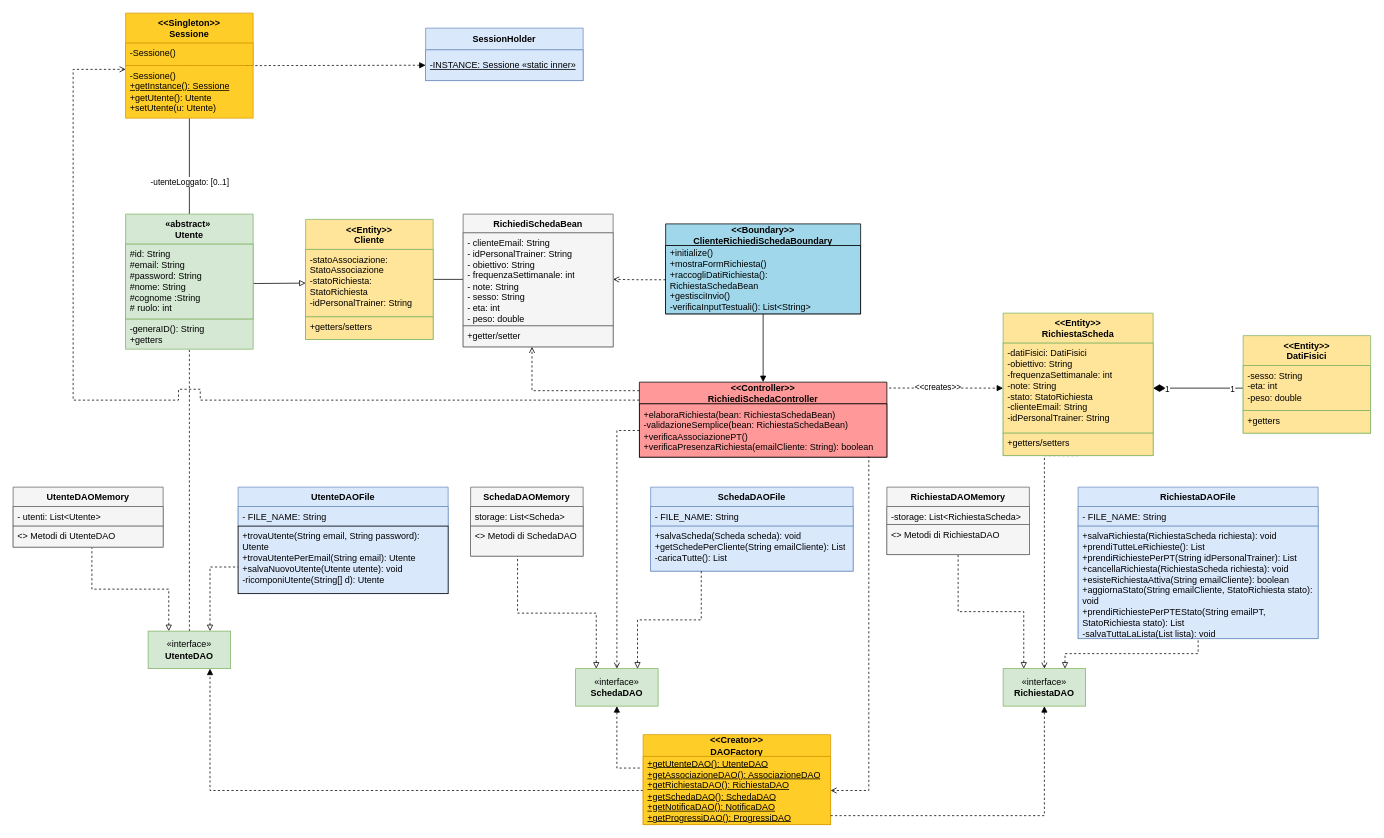
Before: Design Level/DesignLevelDiagram.drawio in FedericoSib/FitPlan, a draw.io diagram. Source tidied: cells renumbered, new cells numbered last; positions are measured from the earlier drawing's top-left corner, leaving out a move shared by most shapes. Both pictures are drawn from the tidied source at 75%, with x=0, y=0 at pixel (13, 13).
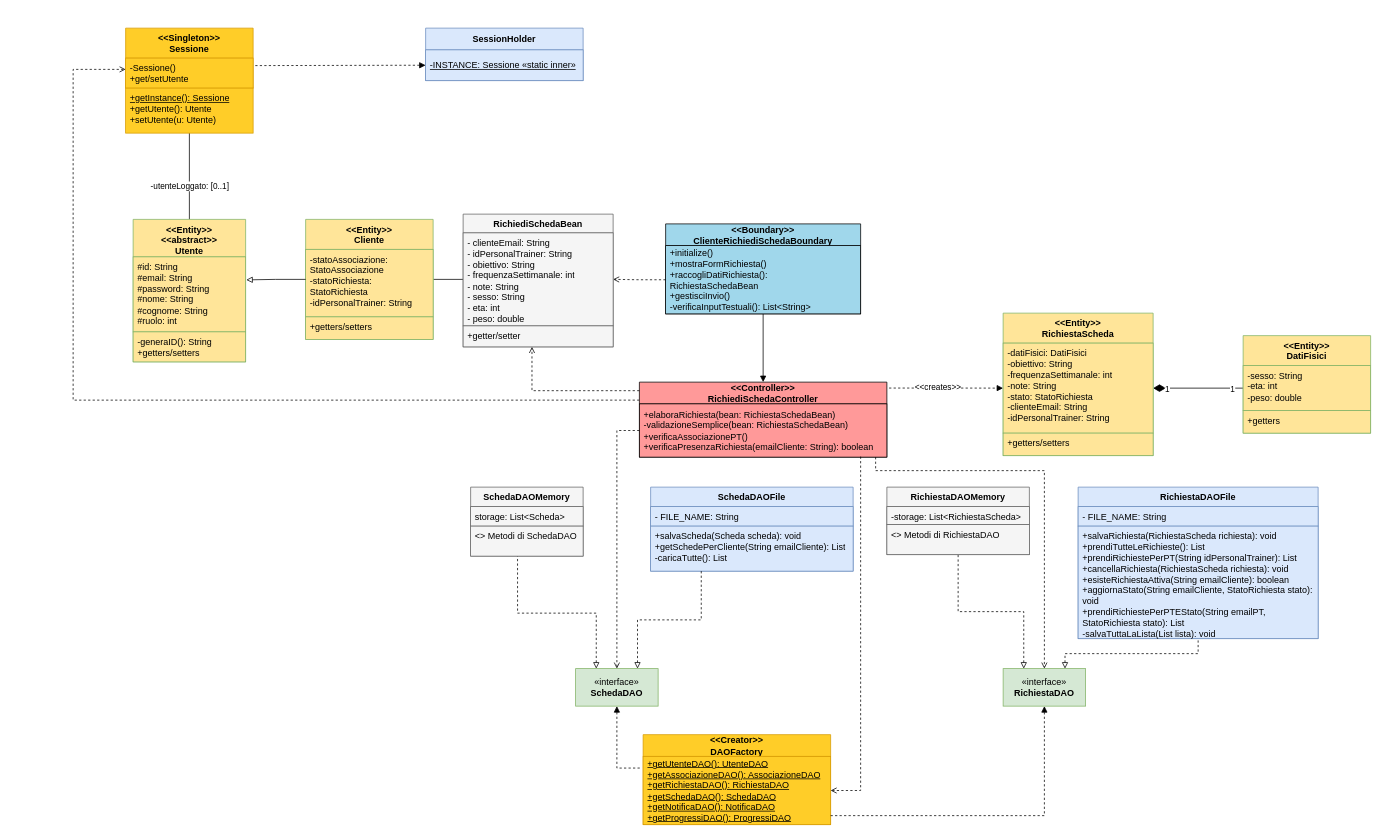
The same page after the edit.

Unchanged cells that the change refers to:
```xml
<mxCell id="4" value="&lt;div align=&quot;left&quot;&gt;&lt;u&gt;+getUtenteDAO(): UtenteDAO&lt;br&gt;    +getAssociazioneDAO(): AssociazioneDAO&lt;br&gt;    +getRichiestaDAO(): RichiestaDAO&lt;br&gt;    +getSchedaDAO(): SchedaDAO&lt;/u&gt;&lt;/div&gt;&lt;div align=&quot;left&quot;&gt;&lt;u&gt;+getNotificaDAO(): NotificaDAO&lt;/u&gt;&lt;/div&gt;&lt;div align=&quot;left&quot;&gt;&lt;u&gt;+getProgressiDAO(): ProgressiDAO&lt;/u&gt;&lt;/div&gt;" style="text;html=1;strokeColor=#d79b00;fillColor=#ffcd28;align=left;verticalAlign=middle;spacingLeft=4;spacingRight=4;overflow=hidden;points=[[0,0.5],[1,0.5]];portConstraint=eastwest;whiteSpace=wrap;gradientColor=none;" parent="3" vertex="1">
  <mxGeometry y="29" width="250" height="91" as="geometry" />
</mxCell>
<mxCell id="8" value="«interface»&lt;br&gt;&lt;b&gt;RichiestaDAO&lt;/b&gt;" style="html=1;whiteSpace=wrap;fillColor=#d5e8d4;gradientColor=none;strokeColor=#82b366;" parent="1" vertex="1">
  <mxGeometry x="1320" y="874" width="110" height="50" as="geometry" />
</mxCell>
<mxCell id="47" value="&lt;div align=&quot;left&quot;&gt;+elaboraRichiesta(bean: RichiestaSchedaBean)&lt;/div&gt;&lt;div align=&quot;left&quot;&gt;-validazioneSemplice(bean: RichiestaSchedaBean)&lt;/div&gt;&lt;div align=&quot;left&quot;&gt;+verificaAssociazionePT()&lt;/div&gt;&lt;div align=&quot;left&quot;&gt;+verificaPresenzaRichiesta(emailCliente: String): boolean&lt;/div&gt;" style="text;html=1;strokeColor=default;fillColor=#FF9999;align=left;verticalAlign=middle;spacingLeft=4;spacingRight=4;overflow=hidden;points=[[0,0.5],[1,0.5]];portConstraint=eastwest;whiteSpace=wrap;" parent="46" vertex="1">
  <mxGeometry y="29" width="330" height="71" as="geometry" />
</mxCell>
<mxCell id="49" value="&lt;div&gt;&amp;lt;&amp;lt;Entity&amp;gt;&amp;gt;&lt;/div&gt;&lt;div&gt;Cliente&lt;/div&gt;" style="swimlane;fontStyle=1;align=center;verticalAlign=top;horizontal=1;startSize=40;whiteSpace=wrap;html=1;fillColor=#FFE599;gradientColor=none;strokeColor=#82b366;" parent="1" vertex="1">
  <mxGeometry x="390" y="275" width="170" height="160" as="geometry" />
</mxCell>
<mxCell id="50" value="-statoAssociazione: StatoAssociazione&lt;br&gt;-statoRichiesta: StatoRichiesta&lt;br&gt;&lt;div&gt;-idPersonalTrainer: String&lt;/div&gt;&lt;div&gt;&lt;br&gt;&lt;/div&gt;" style="text;strokeColor=#82b366;fillColor=#FFE599;align=left;verticalAlign=top;spacingLeft=4;spacingRight=4;overflow=hidden;points=[[0,0.5],[1,0.5]];portConstraint=eastwest;whiteSpace=wrap;html=1;gradientColor=none;" parent="49" vertex="1">
  <mxGeometry y="40" width="170" height="90" as="geometry" />
</mxCell>
<mxCell id="66" value="&lt;div&gt;&amp;lt;&amp;lt;Entity&amp;gt;&amp;gt;&lt;/div&gt;RichiestaScheda" style="swimlane;fontStyle=1;align=center;verticalAlign=top;horizontal=1;startSize=40;whiteSpace=wrap;html=1;fillColor=#FFE599;gradientColor=none;strokeColor=#82b366;" parent="1" vertex="1">
  <mxGeometry x="1320" y="400" width="200" height="190" as="geometry" />
</mxCell>
```

The edit, as a diff of the source:
```diff
@@
-    <mxCell id="2" style="rounded=0;jettySize=auto;html=1;exitX=0;exitY=0.5;exitDx=0;exitDy=0;entryX=0.75;entryY=1;entryDx=0;entryDy=0;dashed=1;endArrow=block;endFill=1;edgeStyle=orthogonalEdgeStyle;" parent="1" edge="1" source="4" target="17">
-      <mxGeometry relative="1" as="geometry">
-        <Array as="points">
-          <mxPoint x="263" y="1036" />
-        </Array>
-      </mxGeometry>
-    </mxCell>
@@
-    <mxCell id="15" style="rounded=0;jettySize=auto;html=1;exitX=0.25;exitY=0;exitDx=0;exitDy=0;entryX=0.525;entryY=0.979;entryDx=0;entryDy=0;dashed=1;startArrow=block;startFill=0;endArrow=none;endFill=0;entryPerimeter=0;edgeStyle=orthogonalEdgeStyle;" parent="1" edge="1" source="17" target="23">
-      <mxGeometry relative="1" as="geometry" />
-    </mxCell>
-    <mxCell id="16" style="edgeStyle=orthogonalEdgeStyle;rounded=0;jettySize=auto;html=1;entryX=0.5;entryY=1;entryDx=0;entryDy=0;endArrow=open;endFill=0;dashed=1;" parent="1" edge="1" source="17" target="38">
-      <mxGeometry relative="1" as="geometry" />
-    </mxCell>
-    <mxCell id="17" value="«interface»&lt;br&gt;&lt;b&gt;UtenteDAO&lt;/b&gt;" style="html=1;whiteSpace=wrap;fillColor=#d5e8d4;strokeColor=#82b366;gradientColor=none;" parent="1" vertex="1">
-      <mxGeometry x="180" y="824" width="110" height="50" as="geometry" />
-    </mxCell>
-    <mxCell id="18" value="&lt;b&gt;UtenteDAOFile&lt;/b&gt;" style="swimlane;fontStyle=1;align=center;verticalAlign=top;horizontal=1;startSize=26;whiteSpace=wrap;html=1;fillColor=#dae8fc;gradientColor=none;strokeColor=#6c8ebf;" parent="1" vertex="1">
-      <mxGeometry x="300" y="632" width="280" height="142" as="geometry" />
-    </mxCell>
-    <mxCell id="19" value="- FILE_NAME: String" style="text;strokeColor=#6c8ebf;fillColor=#dae8fc;align=left;verticalAlign=top;spacingLeft=4;spacingRight=4;overflow=hidden;whiteSpace=wrap;html=1;gradientColor=none;" parent="18" vertex="1">
-      <mxGeometry y="26" width="280" height="26" as="geometry" />
-    </mxCell>
-    <mxCell id="20" value="+trovaUtente(String email, String password): Utente&lt;br&gt;+trovaUtentePerEmail(String email): Utente&lt;br&gt;+salvaNuovoUtente(Utente utente): void&lt;br&gt;-ricomponiUtente(String[] d): Utente" style="text;strokeColor=default;fillColor=#dae8fc;align=left;verticalAlign=top;spacingLeft=4;spacingRight=4;overflow=hidden;whiteSpace=wrap;html=1;gradientColor=none;" parent="18" vertex="1">
-      <mxGeometry y="52" width="280" height="90" as="geometry" />
-    </mxCell>
-    <mxCell id="21" value="&lt;b&gt;UtenteDAO&lt;/b&gt;Memory" style="swimlane;fontStyle=1;align=center;verticalAlign=top;horizontal=1;startSize=26;whiteSpace=wrap;html=1;swimlaneFillColor=default;fillColor=#f5f5f5;strokeColor=#666666;gradientColor=none;" parent="1" vertex="1">
-      <mxGeometry y="632" width="200" height="80" as="geometry" />
-    </mxCell>
-    <mxCell id="22" value="- utenti: List&amp;lt;Utente&amp;gt;&amp;nbsp;" style="text;strokeColor=#666666;fillColor=#f5f5f5;align=left;verticalAlign=top;spacingLeft=4;spacingRight=4;overflow=hidden;whiteSpace=wrap;html=1;gradientColor=none;" parent="21" vertex="1">
-      <mxGeometry y="26" width="200" height="26" as="geometry" />
-    </mxCell>
-    <mxCell id="23" value="&amp;lt;&amp;gt; Metodi di UtenteDAO" style="text;strokeColor=#666666;fillColor=#f5f5f5;align=left;verticalAlign=top;spacingLeft=4;spacingRight=4;overflow=hidden;points=[[0,0.5],[1,0.5]];portConstraint=eastwest;whiteSpace=wrap;html=1;gradientColor=none;" parent="21" vertex="1">
-      <mxGeometry y="52" width="200" height="28" as="geometry" />
-    </mxCell>
@@
-    <mxCell id="32" style="rounded=0;jettySize=auto;html=1;exitX=0.75;exitY=0;exitDx=0;exitDy=0;entryX=0;entryY=0.75;entryDx=0;entryDy=0;dashed=1;startArrow=block;startFill=0;endArrow=none;endFill=0;edgeStyle=orthogonalEdgeStyle;" parent="1" edge="1" source="17" target="18">
-      <mxGeometry relative="1" as="geometry" />
-    </mxCell>
-    <mxCell id="33" value="&lt;div&gt;&amp;lt;&amp;lt;Singleton&amp;gt;&amp;gt;&lt;/div&gt;&lt;div&gt;Sessione&lt;/div&gt;" style="swimlane;fontStyle=1;align=center;verticalAlign=top;horizontal=1;startSize=40;whiteSpace=wrap;html=1;fillColor=#ffcd28;gradientColor=none;strokeColor=#d79b00;" parent="1" vertex="1">
-      <mxGeometry x="150" width="170" height="70" as="geometry" />
-    </mxCell>
-    <mxCell id="34" value="-Sessione()&lt;div&gt;&lt;br/&gt;&lt;/div&gt;" style="text;strokeColor=#d79b00;fillColor=#ffcd28;align=left;verticalAlign=top;spacingLeft=4;spacingRight=4;overflow=hidden;whiteSpace=wrap;html=1;gradientColor=none;" parent="33" vertex="1">
-      <mxGeometry y="40" width="170" height="30" as="geometry" />
-    </mxCell>
-    <mxCell id="35" style="edgeStyle=orthogonalEdgeStyle;rounded=0;jettySize=auto;html=1;entryX=0.5;entryY=1;entryDx=0;entryDy=0;startArrow=none;startFill=0;endArrow=none;endFill=0;exitX=0.5;exitY=0;exitDx=0;exitDy=0;" parent="1" edge="1" source="38" target="33">
-      <mxGeometry relative="1" as="geometry" />
+    <mxCell id="35" style="edgeStyle=orthogonalEdgeStyle;rounded=0;orthogonalLoop=1;jettySize=auto;html=1;entryX=0.5;entryY=1;entryDx=0;entryDy=0;startArrow=none;startFill=0;endArrow=none;endFill=0;exitX=0.5;exitY=0;exitDx=0;exitDy=0;" parent="1" edge="1">
+      <mxGeometry relative="1" as="geometry">
+        <mxPoint x="235" y="275" as="sourcePoint" />
+        <mxPoint x="235" y="70" as="targetPoint" />
+      </mxGeometry>
     </mxCell>
@@
-    <mxCell id="37" style="edgeStyle=orthogonalEdgeStyle;rounded=0;jettySize=auto;html=1;entryX=0;entryY=0.5;entryDx=0;entryDy=0;endArrow=block;endFill=0;" parent="1" edge="1" target="50">
-      <mxGeometry relative="1" as="geometry">
-        <mxPoint x="260" y="360" as="sourcePoint" />
-      </mxGeometry>
-    </mxCell>
-    <mxCell id="38" value="&lt;div&gt;«abstract»&amp;nbsp;&lt;/div&gt;&lt;div&gt;Utente&lt;/div&gt;" style="swimlane;fontStyle=1;align=center;verticalAlign=top;horizontal=1;startSize=40;whiteSpace=wrap;html=1;fillColor=#d5e8d4;gradientColor=none;strokeColor=#82b366;" parent="1" vertex="1">
-      <mxGeometry x="150" y="268" width="170" height="140" as="geometry" />
-    </mxCell>
-    <mxCell id="39" value="&lt;div&gt;#id:&amp;nbsp;String&lt;/div&gt;&lt;div&gt;#email:&amp;nbsp;String&lt;/div&gt;#password: String &lt;br&gt;#nome: String&lt;br&gt;#cognome :String&lt;br&gt;# ruolo: int" style="text;strokeColor=#82b366;fillColor=#d5e8d4;align=left;verticalAlign=top;spacingLeft=4;spacingRight=4;overflow=hidden;whiteSpace=wrap;html=1;gradientColor=none;" parent="38" vertex="1">
-      <mxGeometry y="40" width="170" height="100" as="geometry" />
-    </mxCell>
@@
-    <mxCell id="45" style="edgeStyle=orthogonalEdgeStyle;rounded=0;jettySize=auto;html=1;exitX=0;exitY=0.25;exitDx=0;exitDy=0;jumpStyle=sharp;jumpSize=29;dashed=1;endArrow=open;endFill=0;entryX=0;entryY=0.071;entryDx=0;entryDy=0;entryPerimeter=0;" parent="1" edge="1" target="75">
+    <mxCell id="45" style="edgeStyle=orthogonalEdgeStyle;rounded=0;orthogonalLoop=1;jettySize=auto;html=1;exitX=0;exitY=0.25;exitDx=0;exitDy=0;jumpStyle=sharp;jumpSize=29;dashed=1;endArrow=open;endFill=0;entryX=0;entryY=0.071;entryDx=0;entryDy=0;entryPerimeter=0;" parent="1" edge="1">
       <mxGeometry relative="1" as="geometry">
         <mxPoint x="835" y="516" as="sourcePoint" />
+        <mxPoint x="150" y="75" as="targetPoint" />
         <Array as="points">
           <mxPoint x="80" y="516" />
           <mxPoint x="80" y="75" />
         </Array>
       </mxGeometry>
     </mxCell>
@@
-    <mxCell id="65" style="edgeStyle=orthogonalEdgeStyle;rounded=0;jettySize=auto;html=1;exitX=0.5;exitY=1;exitDx=0;exitDy=0;entryX=0.5;entryY=0;entryDx=0;entryDy=0;dashed=1;endArrow=open;endFill=0;" parent="1" edge="1" source="66" target="8">
-      <mxGeometry relative="1" as="geometry">
-        <Array as="points">
-          <mxPoint x="1375" y="590" />
-        </Array>
-      </mxGeometry>
-    </mxCell>
@@
-    <mxCell id="72" style="edgeStyle=orthogonalEdgeStyle;rounded=0;jettySize=auto;html=1;entryX=0.927;entryY=0.99;entryDx=0;entryDy=0;entryPerimeter=0;dashed=1;endArrow=none;endFill=0;startArrow=open;startFill=0;" parent="1" edge="1" source="4" target="47">
-      <mxGeometry relative="1" as="geometry" />
+    <mxCell id="72" style="edgeStyle=orthogonalEdgeStyle;rounded=0;jettySize=auto;html=1;dashed=1;endArrow=none;endFill=0;startArrow=open;startFill=0;" parent="1" edge="1" source="4">
+      <mxGeometry relative="1" as="geometry">
+        <mxPoint x="1130" y="591.3" as="targetPoint" />
+        <Array as="points">
+          <mxPoint x="1130" y="1036.5" />
+          <mxPoint x="1130" y="591.3" />
+        </Array>
+      </mxGeometry>
     </mxCell>
@@
-    <mxCell id="74" value="&lt;div&gt;-generaID(): String&lt;/div&gt;&lt;div&gt;+getters&lt;/div&gt;" style="text;strokeColor=#82b366;fillColor=#d5e8d4;align=left;verticalAlign=top;spacingLeft=4;spacingRight=4;overflow=hidden;whiteSpace=wrap;html=1;gradientColor=none;" parent="1" vertex="1">
-      <mxGeometry x="150" y="408" width="170" height="40" as="geometry" />
-    </mxCell>
-    <mxCell id="75" value="-Sessione()&lt;br&gt;&lt;u&gt;    +getInstance(): Sessione&lt;/u&gt;&lt;br&gt;    +getUtente(): Utente&lt;br&gt;    +setUtente(u: Utente)" style="text;strokeColor=#d79b00;fillColor=#ffcd28;align=left;verticalAlign=top;spacingLeft=4;spacingRight=4;overflow=hidden;points=[[0,0.5],[1,0.5]];portConstraint=eastwest;whiteSpace=wrap;html=1;gradientColor=none;" parent="1" vertex="1">
-      <mxGeometry x="150" y="70" width="170" height="70" as="geometry" />
-    </mxCell>
+    <mxCell id="33" value="&lt;div&gt;&amp;lt;&amp;lt;Singleton&amp;gt;&amp;gt;&lt;/div&gt;&lt;div&gt;Sessione&lt;/div&gt;" style="swimlane;fontStyle=1;align=center;verticalAlign=top;horizontal=1;startSize=40;whiteSpace=wrap;html=1;fillColor=#ffcd28;gradientColor=none;strokeColor=#d79b00;" parent="1" vertex="1">
+      <mxGeometry x="150" y="20" width="170" height="80" as="geometry" />
+    </mxCell>
+    <mxCell id="76" value="&lt;div&gt;-Sessione()&lt;/div&gt;&lt;div&gt;+get/setUtente&lt;/div&gt;" style="text;strokeColor=#d79b00;fillColor=#ffcd28;align=left;verticalAlign=top;spacingLeft=4;spacingRight=4;overflow=hidden;whiteSpace=wrap;html=1;gradientColor=none;" parent="33" vertex="1">
+      <mxGeometry y="40" width="170" height="40" as="geometry" />
+    </mxCell>
+    <mxCell id="77" value="&lt;u&gt;+getInstance(): Sessione&lt;/u&gt;&lt;br&gt;    +getUtente(): Utente&lt;br&gt;    +setUtente(u: Utente)" style="text;strokeColor=#d79b00;fillColor=#ffcd28;align=left;verticalAlign=top;spacingLeft=4;spacingRight=4;overflow=hidden;whiteSpace=wrap;html=1;gradientColor=none;" parent="1" vertex="1">
+      <mxGeometry x="150" y="100" width="170" height="60" as="geometry" />
+    </mxCell>
+    <mxCell id="78" style="edgeStyle=orthogonalEdgeStyle;rounded=0;jettySize=auto;html=1;endArrow=open;endFill=0;dashed=1;entryX=0.5;entryY=0;entryDx=0;entryDy=0;" parent="1" edge="1" source="47" target="8">
+      <mxGeometry relative="1" as="geometry">
+        <Array as="points">
+          <mxPoint x="1150" y="610" />
+          <mxPoint x="1375" y="610" />
+        </Array>
+      </mxGeometry>
+    </mxCell>
+    <mxCell id="79" value="&lt;div&gt;&amp;lt;&amp;lt;Entity&amp;gt;&amp;gt;&lt;/div&gt;&lt;div&gt;&amp;lt;&amp;lt;abstract&amp;gt;&amp;gt; &lt;br&gt;&lt;/div&gt;Utente" style="swimlane;fontStyle=1;align=center;verticalAlign=top;horizontal=1;startSize=50;whiteSpace=wrap;html=1;fillColor=#FFE599;gradientColor=none;strokeColor=#82b366;" parent="1" vertex="1">
+      <mxGeometry x="160" y="275" width="150" height="190" as="geometry" />
+    </mxCell>
+    <mxCell id="80" value="#id: String&lt;br&gt;#email: String&lt;br&gt;#password: String&lt;br&gt;#nome: String&lt;br&gt;#cognome: String&lt;br&gt;&lt;div&gt;#ruolo: int&lt;/div&gt;" style="text;strokeColor=#82b366;fillColor=#FFE599;align=left;verticalAlign=top;spacingLeft=4;spacingRight=4;overflow=hidden;points=[[0,0.5],[1,0.5]];portConstraint=eastwest;whiteSpace=wrap;html=1;gradientColor=none;" parent="79" vertex="1">
+      <mxGeometry y="50" width="150" height="100" as="geometry" />
+    </mxCell>
+    <mxCell id="81" value="&lt;div&gt;-generaID(): String&lt;/div&gt;&lt;div&gt;+getters/setters&lt;/div&gt;" style="text;strokeColor=#82b366;fillColor=#FFE599;align=left;verticalAlign=top;spacingLeft=4;spacingRight=4;overflow=hidden;whiteSpace=wrap;html=1;gradientColor=none;" parent="79" vertex="1">
+      <mxGeometry y="150" width="150" height="40" as="geometry" />
+    </mxCell>
+    <mxCell id="82" style="edgeStyle=orthogonalEdgeStyle;rounded=0;jettySize=auto;html=1;entryX=1.006;entryY=0.307;entryDx=0;entryDy=0;entryPerimeter=0;endArrow=block;endFill=0;" parent="1" edge="1" source="49" target="80">
+      <mxGeometry relative="1" as="geometry" />
+    </mxCell>
```
